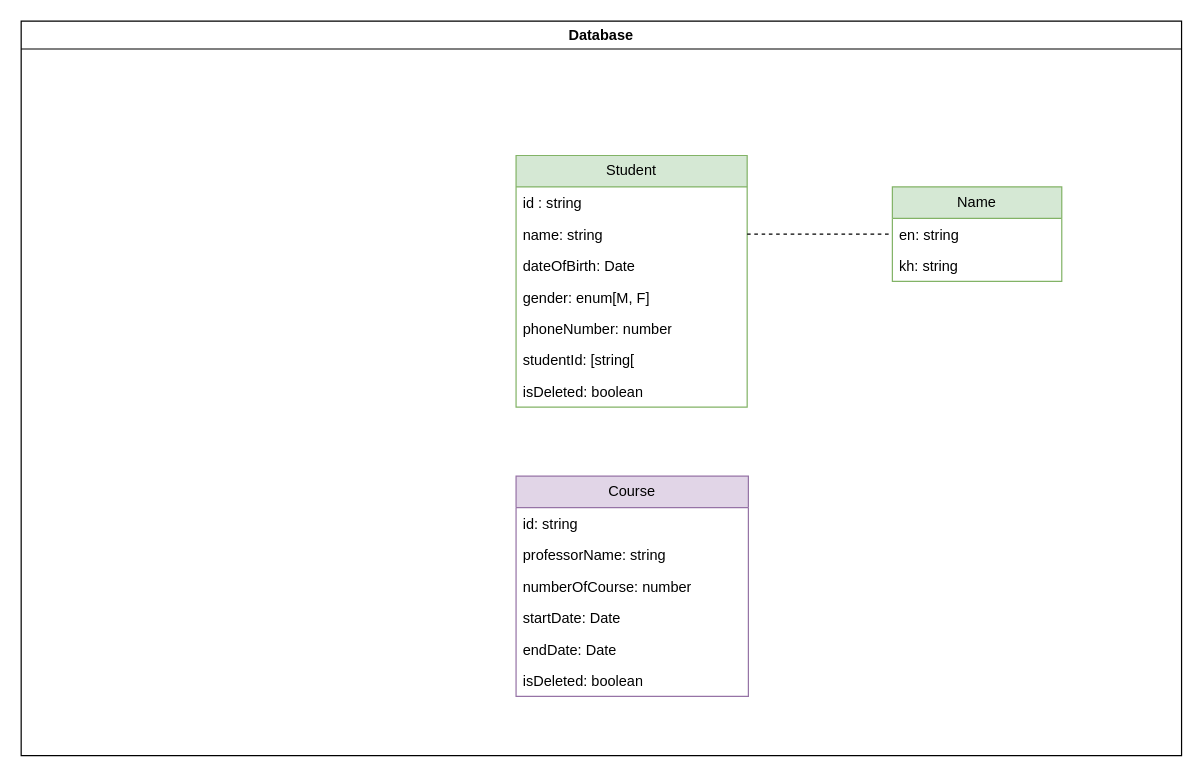
MeeReak/student-course-management keeps this draw.io diagram as page "Page-1" (1 of 2) of Untitled Diagram.drawio. Above is the earlier version. Source tidied: cells renumbered, new cells numbered last; positions are measured from the earlier drawing's top-left corner, leaving out a move shared by most shapes. Both pictures are drawn from the tidied source at 121%, with x=0, y=0 at pixel (21, 21).
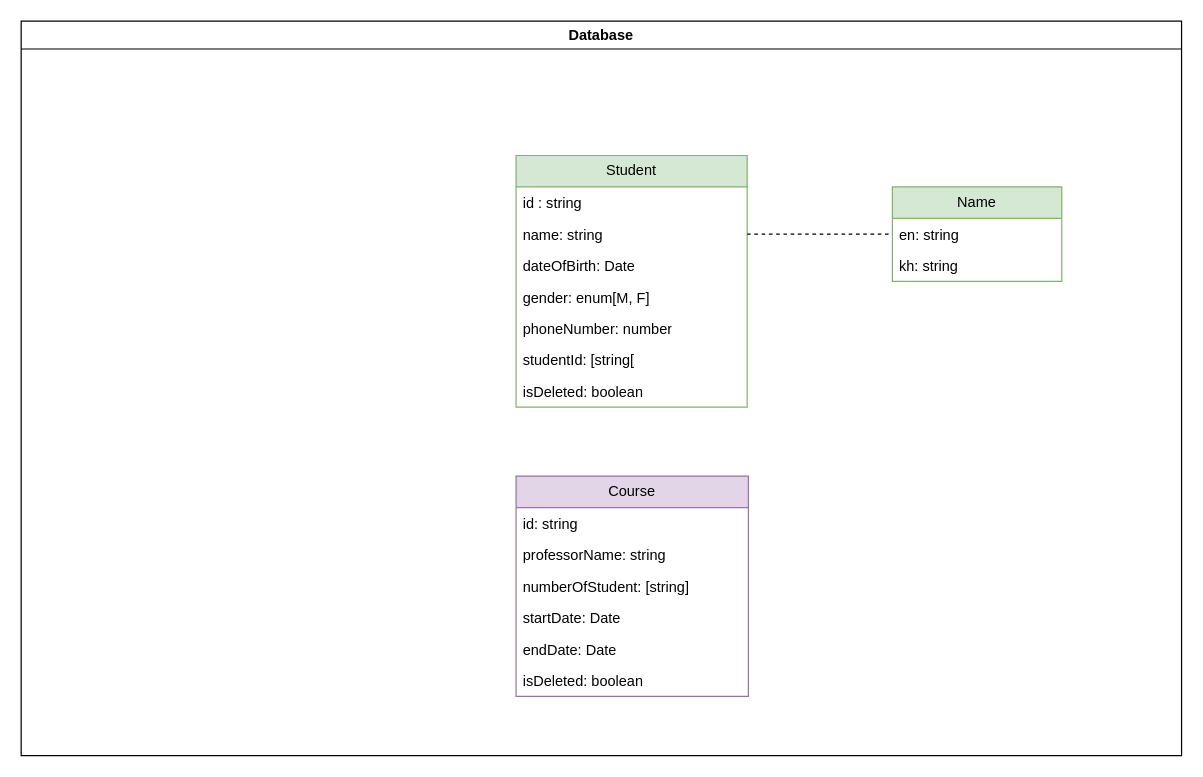
Above is the later version.

The change refers to these unchanged cells:
```xml
<mxCell id="11" value="Course" style="swimlane;fontStyle=0;horizontal=1;startSize=26;fillColor=#e1d5e7;whiteSpace=wrap;html=1;strokeColor=#9673a6;" parent="2" vertex="1">
  <mxGeometry x="409" y="376" width="192" height="182" as="geometry" />
</mxCell>
```

Diff of the diagram source:
```diff
@@
-    <mxCell id="14" value="numberOfCourse: number" style="text;strokeColor=none;fillColor=none;align=left;verticalAlign=top;spacingLeft=4;spacingRight=4;overflow=hidden;whiteSpace=wrap;html=1;" parent="11" vertex="1">
+    <mxCell id="14" value="numberOfStudent: [string]" style="text;strokeColor=none;fillColor=none;align=left;verticalAlign=top;spacingLeft=4;spacingRight=4;overflow=hidden;whiteSpace=wrap;html=1;" parent="11" vertex="1">
       <mxGeometry y="78" width="192" height="26" as="geometry" />
     </mxCell>
```
